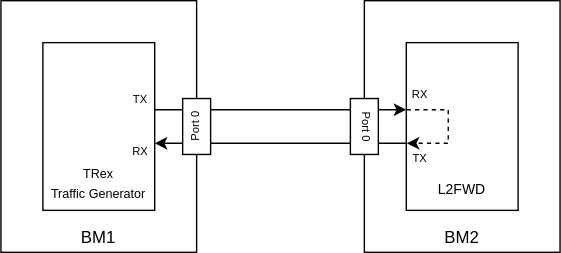
This is c_vs_rust/l2fwd_trex_env.svg from codilime/rust-dpdk, a draw.io export, as it was before one commit. Source tidied: cells renumbered, new cells last; positions are measured from the earlier drawing's top-left corner, leaving out a move shared by most shapes.
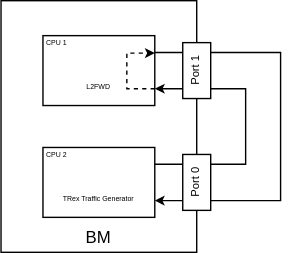
Later version of the same file.

The edit, as a diff of the source:
```diff
@@ -2,67 +2,67 @@
   <root>
     <mxCell id="0" />
     <mxCell id="1" parent="0" />
-    <mxCell id="2" style="rounded=0;whiteSpace=wrap;html=1;fillColor=none;" parent="1" vertex="1">
-      <mxGeometry x="260" width="140" height="180" as="geometry" />
-    </mxCell>
     <mxCell id="3" style="rounded=0;whiteSpace=wrap;html=1;fillColor=none;" parent="1" vertex="1">
       <mxGeometry width="140" height="180" as="geometry" />
     </mxCell>
     <mxCell id="4" style="rounded=0;whiteSpace=wrap;html=1;" parent="1" vertex="1">
-      <mxGeometry x="30" y="30" width="80" height="120" as="geometry" />
+      <mxGeometry x="30" y="105" width="80" height="50" as="geometry" />
     </mxCell>
-    <mxCell id="5" style="rounded=0;whiteSpace=wrap;html=1;" parent="1" vertex="1">
-      <mxGeometry x="290" y="30" width="80" height="120" as="geometry" />
-    </mxCell>
-    <mxCell id="6" style="endArrow=classic;html=1;exitX=1;exitY=0.4;exitDx=0;exitDy=0;exitPerimeter=0;entryX=0;entryY=0.4;entryDx=0;entryDy=0;entryPerimeter=0;" parent="1" edge="1" source="4" target="5">
-      <mxGeometry relative="1" as="geometry" />
-    </mxCell>
-    <mxCell id="7" style="endArrow=classic;html=1;entryX=1;entryY=0.6;entryDx=0;entryDy=0;entryPerimeter=0;exitX=0;exitY=0.6;exitDx=0;exitDy=0;exitPerimeter=0;" parent="1" edge="1" source="5" target="4">
-      <mxGeometry relative="1" as="geometry" />
-    </mxCell>
-    <mxCell id="8" style="endArrow=classic;html=1;edgeStyle=orthogonalEdgeStyle;rounded=0;dashed=1;exitX=0.003;exitY=0.4;exitDx=0;exitDy=0;exitPerimeter=0;entryX=0.004;entryY=0.6;entryDx=0;entryDy=0;entryPerimeter=0;" parent="1" edge="1" source="5" target="5">
-      <mxGeometry relative="1" as="geometry">
-        <Array as="points">
-          <mxPoint x="320" y="78" />
-          <mxPoint x="320" y="102" />
-        </Array>
-      </mxGeometry>
-    </mxCell>
-    <mxCell id="9" value="&lt;font style=&quot;font-size: 9px&quot;&gt;TRex&lt;br&gt;Traffic Generator&lt;/font&gt;" style="text;html=1;strokeColor=none;fillColor=none;align=center;verticalAlign=middle;whiteSpace=wrap;rounded=0;" parent="1" vertex="1">
-      <mxGeometry x="35" y="110" width="70" height="40" as="geometry" />
+    <mxCell id="9" value="&lt;font style=&quot;font-size: 5px&quot;&gt;TRex Traffic Generator&lt;/font&gt;" style="text;html=1;strokeColor=none;fillColor=none;align=center;verticalAlign=middle;whiteSpace=wrap;rounded=0;" parent="1" vertex="1">
+      <mxGeometry x="35" y="130" width="70" height="20" as="geometry" />
     </mxCell>
+    <mxCell id="15" value="BM" style="text;html=1;strokeColor=none;fillColor=none;align=center;verticalAlign=middle;whiteSpace=wrap;rounded=0;" parent="1" vertex="1">
+      <mxGeometry x="50" y="160" width="40" height="20" as="geometry" />
+    </mxCell>
+    <mxCell id="21" style="rounded=0;whiteSpace=wrap;html=1;" parent="1" vertex="1">
+      <mxGeometry x="30" y="25" width="80" height="50" as="geometry" />
+    </mxCell>
-    <mxCell id="10" value="&lt;font size=&quot;1&quot;&gt;L2FWD&lt;/font&gt;" style="text;html=1;strokeColor=none;fillColor=none;align=center;verticalAlign=middle;whiteSpace=wrap;rounded=0;" parent="1" vertex="1">
-      <mxGeometry x="295" y="120" width="70" height="30" as="geometry" />
+    <mxCell id="10" value="&lt;font style=&quot;font-size: 5px&quot;&gt;L2FWD&lt;/font&gt;" style="text;html=1;strokeColor=none;fillColor=none;align=center;verticalAlign=middle;whiteSpace=wrap;rounded=0;" parent="1" vertex="1">
+      <mxGeometry x="35" y="50" width="70" height="20" as="geometry" />
     </mxCell>
+    <mxCell id="22" style="endArrow=classic;html=1;exitX=1;exitY=0.241;exitDx=0;exitDy=0;exitPerimeter=0;entryX=1.001;entryY=0.759;entryDx=0;entryDy=0;entryPerimeter=0;rounded=0;startSize=4;endSize=4;" parent="1" edge="1" source="4" target="21">
+      <mxGeometry relative="1" as="geometry">
+        <Array as="points">
+          <mxPoint x="175" y="117" />
+          <mxPoint x="175" y="63" />
+        </Array>
+      </mxGeometry>
+    </mxCell>
+    <mxCell id="23" style="endArrow=classic;html=1;exitX=1;exitY=0.241;exitDx=0;exitDy=0;exitPerimeter=0;rounded=0;startSize=4;endSize=4;startArrow=none;startFill=0;endFill=1;" parent="1" edge="1" source="21">
+      <mxGeometry relative="1" as="geometry">
+        <mxPoint x="110" y="143" as="targetPoint" />
+        <Array as="points">
+          <mxPoint x="200" y="37" />
+          <mxPoint x="200" y="143" />
+        </Array>
+      </mxGeometry>
+    </mxCell>
     <mxCell id="11" style="rounded=0;whiteSpace=wrap;html=1;" parent="1" vertex="1">
-      <mxGeometry x="130" y="70" width="20" height="40" as="geometry" />
+      <mxGeometry x="130" y="110" width="20" height="40" as="geometry" />
     </mxCell>
-    <mxCell id="12" style="rounded=0;whiteSpace=wrap;html=1;" parent="1" vertex="1">
-      <mxGeometry x="250" y="70" width="20" height="40" as="geometry" />
-    </mxCell>
-    <mxCell id="13" value="&lt;font style=&quot;font-size: 8px&quot;&gt;Port 0&lt;/font&gt;" style="text;html=1;strokeColor=none;fillColor=none;align=center;verticalAlign=middle;whiteSpace=wrap;rounded=0;direction=west;rotation=90;" parent="1" vertex="1">
-      <mxGeometry x="247.5" y="82.5" width="30" height="15" as="geometry" />
-    </mxCell>
     <mxCell id="14" value="&lt;font style=&quot;font-size: 8px&quot;&gt;Port 0&lt;/font&gt;" style="text;html=1;strokeColor=none;fillColor=none;align=center;verticalAlign=middle;whiteSpace=wrap;rounded=0;rotation=270;" parent="1" vertex="1">
-      <mxGeometry x="123" y="82.5" width="30" height="15" as="geometry" />
+      <mxGeometry x="123" y="122.5" width="30" height="15" as="geometry" />
     </mxCell>
-    <mxCell id="15" value="BM1" style="text;html=1;strokeColor=none;fillColor=none;align=center;verticalAlign=middle;whiteSpace=wrap;rounded=0;" parent="1" vertex="1">
-      <mxGeometry x="50" y="160" width="40" height="20" as="geometry" />
-    </mxCell>
-    <mxCell id="16" value="BM2" style="text;html=1;strokeColor=none;fillColor=none;align=center;verticalAlign=middle;whiteSpace=wrap;rounded=0;" parent="1" vertex="1">
-      <mxGeometry x="310" y="160" width="40" height="20" as="geometry" />
-    </mxCell>
-    <mxCell id="17" value="&lt;font style=&quot;font-size: 8px&quot;&gt;TX&lt;/font&gt;" style="text;html=1;strokeColor=none;fillColor=none;align=center;verticalAlign=middle;whiteSpace=wrap;rounded=0;" parent="1" vertex="1">
-      <mxGeometry x="90" y="60" width="20" height="20" as="geometry" />
-    </mxCell>
-    <mxCell id="18" value="&lt;font style=&quot;font-size: 8px&quot;&gt;RX&lt;/font&gt;" style="text;html=1;strokeColor=none;fillColor=none;align=center;verticalAlign=middle;whiteSpace=wrap;rounded=0;" parent="1" vertex="1">
-      <mxGeometry x="90" y="97.5" width="20" height="18" as="geometry" />
-    </mxCell>
-    <mxCell id="19" value="&lt;font style=&quot;font-size: 8px&quot;&gt;TX&lt;/font&gt;" style="text;html=1;strokeColor=none;fillColor=none;align=center;verticalAlign=middle;whiteSpace=wrap;rounded=0;" parent="1" vertex="1">
-      <mxGeometry x="290" y="102" width="20" height="20" as="geometry" />
-    </mxCell>
-    <mxCell id="20" value="&lt;span style=&quot;font-size: 8px&quot;&gt;RX&lt;/span&gt;" style="text;html=1;strokeColor=none;fillColor=none;align=center;verticalAlign=middle;whiteSpace=wrap;rounded=0;" parent="1" vertex="1">
-      <mxGeometry x="290" y="56" width="20" height="20" as="geometry" />
-    </mxCell>
+    <mxCell id="24" style="rounded=0;whiteSpace=wrap;html=1;" parent="1" vertex="1">
+      <mxGeometry x="130" y="30" width="20" height="40" as="geometry" />
+    </mxCell>
+    <mxCell id="25" value="&lt;font style=&quot;font-size: 8px&quot;&gt;Port 1&lt;/font&gt;" style="text;html=1;strokeColor=none;fillColor=none;align=center;verticalAlign=middle;whiteSpace=wrap;rounded=0;rotation=270;" parent="1" vertex="1">
+      <mxGeometry x="123" y="42.5" width="30" height="15" as="geometry" />
+    </mxCell>
+    <mxCell id="26" style="endArrow=classic;html=1;entryX=1;entryY=0.25;entryDx=0;entryDy=0;edgeStyle=orthogonalEdgeStyle;rounded=0;dashed=1;startSize=4;endSize=4;startArrow=none;startFill=0;endFill=1;" parent="1" edge="1" target="21">
+      <mxGeometry relative="1" as="geometry">
+        <mxPoint x="110" y="63" as="sourcePoint" />
+        <Array as="points">
+          <mxPoint x="90" y="63" />
+          <mxPoint x="90" y="38" />
+        </Array>
+      </mxGeometry>
+    </mxCell>
+    <mxCell id="27" value="&lt;font style=&quot;font-size: 5px&quot;&gt;CPU 1&lt;/font&gt;" style="text;html=1;strokeColor=none;fillColor=none;align=center;verticalAlign=middle;whiteSpace=wrap;rounded=0;" parent="1" vertex="1">
+      <mxGeometry x="30" y="25" width="20" height="5" as="geometry" />
+    </mxCell>
+    <mxCell id="28" value="&lt;font style=&quot;font-size: 5px&quot;&gt;CPU 2&lt;/font&gt;" style="text;html=1;strokeColor=none;fillColor=none;align=center;verticalAlign=middle;whiteSpace=wrap;rounded=0;" parent="1" vertex="1">
+      <mxGeometry x="30" y="105" width="20" height="5" as="geometry" />
+    </mxCell>
   </root>
 </mxGraphModel>
```
